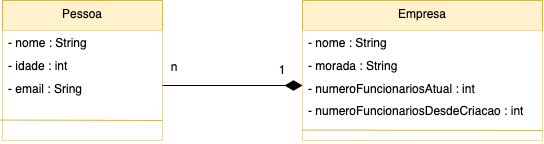
Earlier version of the draw.io export src/main/resources/uml_diagram.png (Li-hub-san/lab-prog-ficha7). Source tidied: cells renumbered, new cells last; positions are measured from the earlier drawing's top-left corner, leaving out a move shared by most shapes.
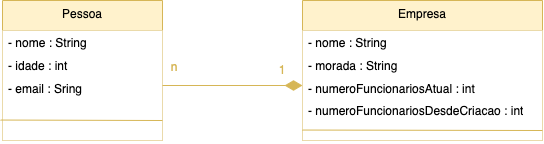
Above is the later version.

What changed in the source:
```diff
@@ -2,7 +2,7 @@
   <root>
     <mxCell id="0" />
     <mxCell id="1" parent="0" />
-    <mxCell id="2" value="1" style="text;html=1;strokeColor=none;fillColor=none;align=center;verticalAlign=middle;whiteSpace=wrap;rounded=0;" parent="1" vertex="1">
+    <mxCell id="2" value="&lt;font color=&quot;#d6b656&quot;&gt;1&lt;/font&gt;" style="text;html=1;strokeColor=none;fillColor=none;align=center;verticalAlign=middle;whiteSpace=wrap;rounded=0;" parent="1" vertex="1">
       <mxGeometry x="250" y="55" width="60" height="30" as="geometry" />
     </mxCell>
     <mxCell id="3" value="Empresa" style="swimlane;fontStyle=0;align=center;verticalAlign=top;horizontal=1;startSize=30;fillColor=#fff2cc;strokeColor=#d6b656;gradientColor=none;swimlaneFillColor=default;" parent="1" vertex="1">
@@ -17,7 +17,7 @@
         <mxPoint x="240" y="130" as="targetPoint" />
       </mxGeometry>
     </mxCell>
-    <mxCell id="6" value="n" style="text;html=1;strokeColor=none;fillColor=none;align=center;verticalAlign=middle;whiteSpace=wrap;rounded=0;" parent="1" vertex="1">
+    <mxCell id="6" value="&lt;font color=&quot;#d6b656&quot;&gt;n&lt;/font&gt;" style="text;html=1;strokeColor=none;fillColor=none;align=center;verticalAlign=middle;whiteSpace=wrap;rounded=0;" parent="1" vertex="1">
       <mxGeometry x="142" y="49.4" width="60" height="35.2" as="geometry" />
     </mxCell>
     <mxCell id="7" style="group;" parent="1" vertex="1">
@@ -34,7 +34,7 @@
         <mxPoint x="160" y="120" as="targetPoint" />
       </mxGeometry>
     </mxCell>
-    <mxCell id="11" style="edgeStyle=orthogonalEdgeStyle;rounded=0;jumpStyle=arc;jettySize=auto;html=1;entryX=1;entryY=0.5;entryDx=0;entryDy=0;fontSize=12;fontColor=#000000;startArrow=diamondThin;startFill=1;endArrow=none;endFill=0;startSize=15;endSize=18;targetPerimeterSpacing=0;strokeColor=#000000;strokeWidth=1;" parent="1" edge="1" source="4" target="9">
+    <mxCell id="11" style="edgeStyle=orthogonalEdgeStyle;rounded=0;jumpStyle=arc;jettySize=auto;html=1;entryX=1;entryY=0.5;entryDx=0;entryDy=0;fontSize=12;fontColor=#000000;startArrow=diamondThin;startFill=1;endArrow=none;endFill=0;startSize=15;endSize=18;targetPerimeterSpacing=0;strokeColor=#d6b656;strokeWidth=1;fillColor=#fff2cc;" parent="1" edge="1" source="4" target="9">
       <mxGeometry relative="1" as="geometry" />
     </mxCell>
   </root>
```
